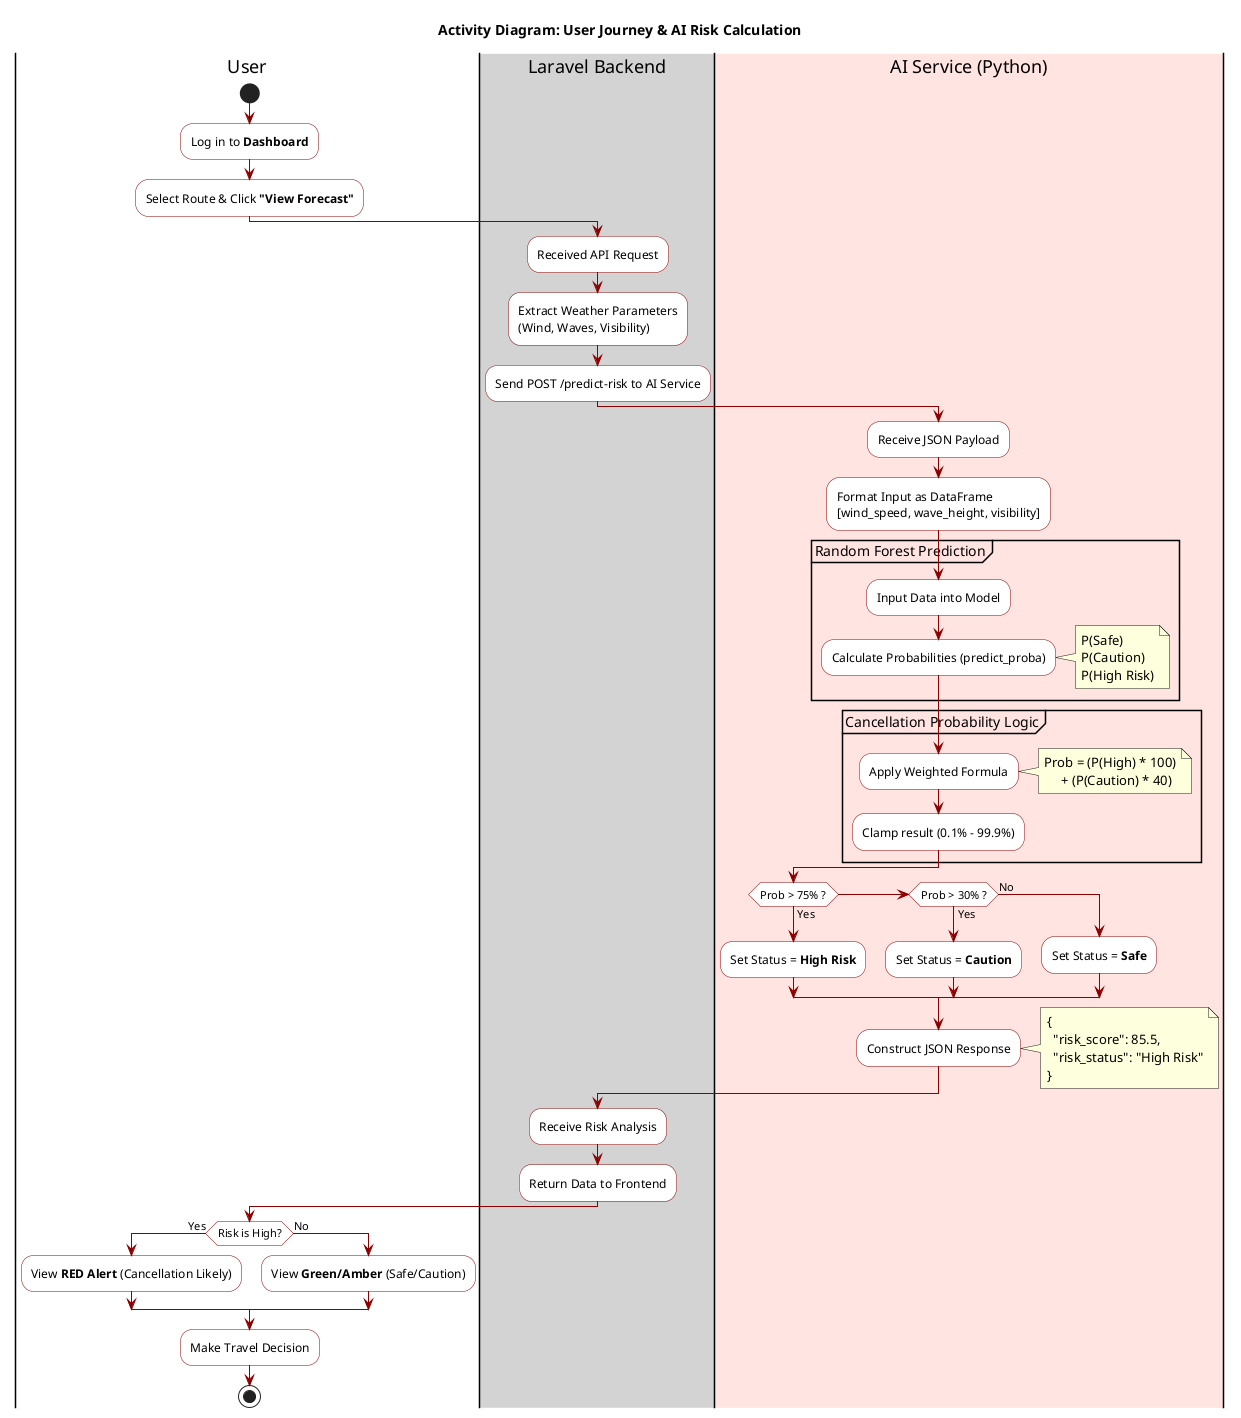
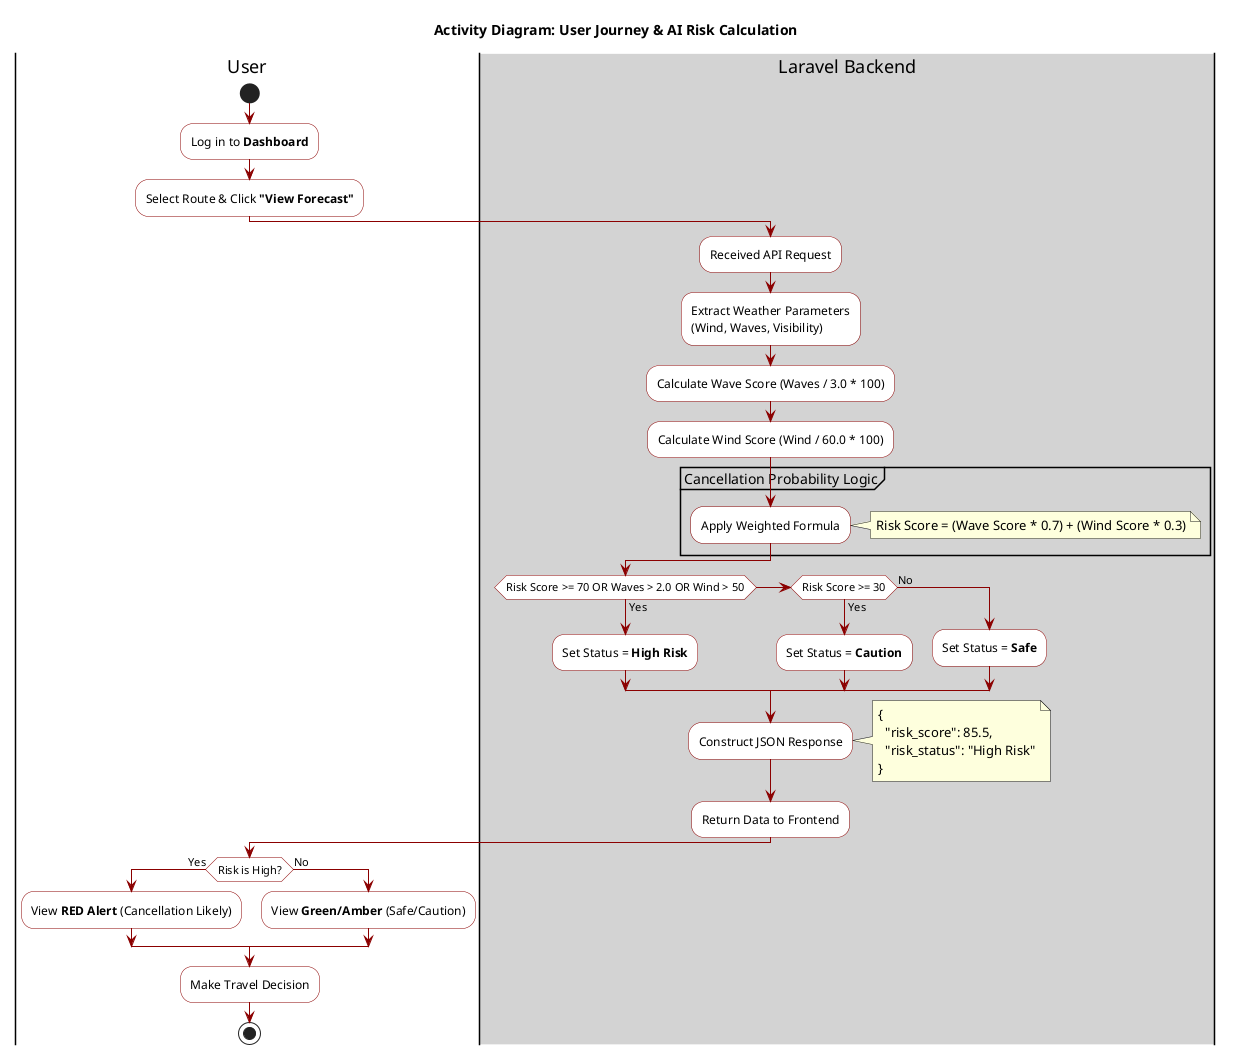
@startuml
title Activity Diagram: User Journey & AI Risk Calculation
skinparam ConditionEndStyle hline
skinparam ActivityBackgroundColor White
skinparam ActivityBorderColor DarkRed
skinparam ArrowColor DarkRed

|User|
start
:Log in to **Dashboard**;
:Select Route & Click **"View Forecast"**;

|#LightGray|Laravel Backend|
:Received API Request;
:Extract Weather Parameters
(Wind, Waves, Visibility);
- :Send POST /predict-risk to AI Service;
- 
- |#MistyRose|AI Service (Python)|
- :Receive JSON Payload;
- :Format Input as DataFrame
- [wind_speed, wave_height, visibility];
- 
- partition "Random Forest Prediction" {
-     :Input Data into Model;
-     :Calculate Probabilities (predict_proba);
-     note right
-       P(Safe)
-       P(Caution)
-       P(High Risk)
-     end note
- }
+ :Calculate Wave Score (Waves / 3.0 * 100);
+ :Calculate Wind Score (Wind / 60.0 * 100);

partition "Cancellation Probability Logic" {
    :Apply Weighted Formula;
    note right
-       Prob = (P(High) * 100)
-            + (P(Caution) * 40)
+       Risk Score = (Wave Score * 0.7) + (Wind Score * 0.3)
    end note
-     :Clamp result (0.1% - 99.9%);
}

- if (Prob > 75% ?) then (Yes)
+ if (Risk Score >= 70 OR Waves > 2.0 OR Wind > 50) then (Yes)
    :Set Status = **High Risk**;
- elseif (Prob > 30% ?) then (Yes)
+ elseif (Risk Score >= 30) then (Yes)
    :Set Status = **Caution**;
else (No)
    :Set Status = **Safe**;
endif

:Construct JSON Response;
note right
  {
    "risk_score": 85.5,
    "risk_status": "High Risk"
  }
end note

- |#LightGray|Laravel Backend|
- :Receive Risk Analysis;
:Return Data to Frontend;

|User|
if (Risk is High?) then (Yes)
    :View **RED Alert** (Cancellation Likely);
else (No)
    :View **Green/Amber** (Safe/Caution);
endif
:Make Travel Decision;
stop

@enduml
